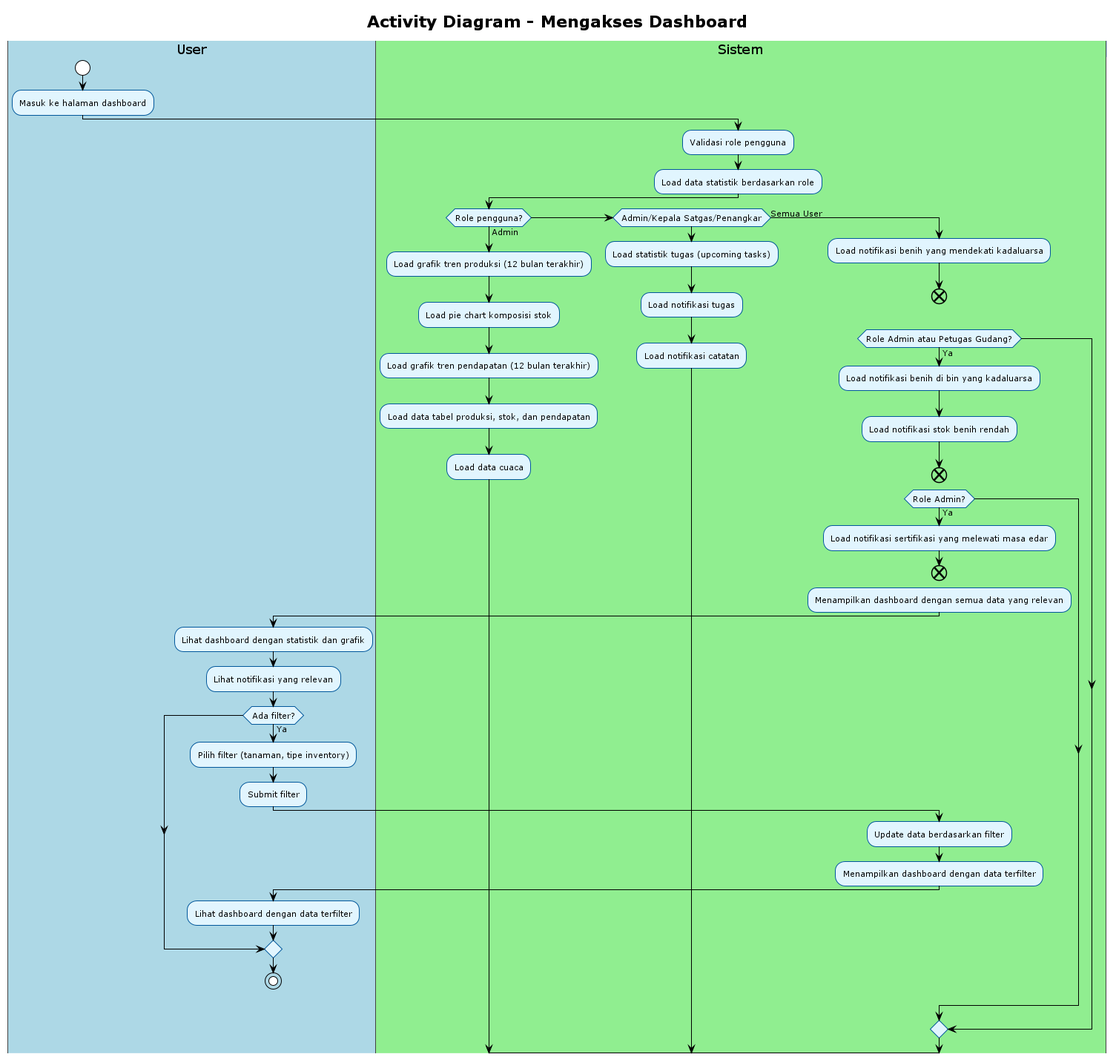
Before: out/uml/activity/Activity new/13_akses_dashboard/13_akses_dashboard.png, a diagram exported from PlantUML (Rifkiwastaken/example-app). Its diagram source:
```plantuml
@startuml
!theme plain
skinparam activity {
    BackgroundColor #E1F5FE
    BorderColor #01579B
    FontSize 11
}
skinparam swimlane {
    BackgroundColor #F5F5F5
    BorderColor #424242
    TitleBackgroundColor #BBDEFB
    TitleBorderColor #1976D2
}

title Activity Diagram - Mengakses Dashboard

|#LightBlue|User|
start
:Masuk ke halaman dashboard;

|#LightGreen|Sistem|
:Validasi role pengguna;
:Load data statistik berdasarkan role;

if (Role pengguna?) then (Admin)
    |#LightGreen|Sistem|
    :Load grafik tren produksi (12 bulan terakhir);
    :Load pie chart komposisi stok;
    :Load grafik tren pendapatan (12 bulan terakhir);
    :Load data tabel produksi, stok, dan pendapatan;
    :Load data cuaca;
elseif (Admin/Kepala Satgas/Penangkar) then
    |#LightGreen|Sistem|
    :Load statistik tugas (upcoming tasks);
    :Load notifikasi tugas;
    :Load notifikasi catatan;
else (Semua User)
    |#LightGreen|Sistem|
    :Load notifikasi benih yang mendekati kadaluarsa;
end

if (Role Admin atau Petugas Gudang?) then (Ya)
    |#LightGreen|Sistem|
    :Load notifikasi benih di bin yang kadaluarsa;
    :Load notifikasi stok benih rendah;
end

if (Role Admin?) then (Ya)
    |#LightGreen|Sistem|
    :Load notifikasi sertifikasi yang melewati masa edar;
end

|#LightGreen|Sistem|
:Menampilkan dashboard dengan semua data yang relevan;

|#LightBlue|User|
:Lihat dashboard dengan statistik dan grafik;
:Lihat notifikasi yang relevan;

if (Ada filter?) then (Ya)
    |#LightBlue|User|
    :Pilih filter (tanaman, tipe inventory);
    :Submit filter;
    |#LightGreen|Sistem|
    :Update data berdasarkan filter;
    :Menampilkan dashboard dengan data terfilter;
    |#LightBlue|User|
    :Lihat dashboard dengan data terfilter;
endif

stop

@enduml
```
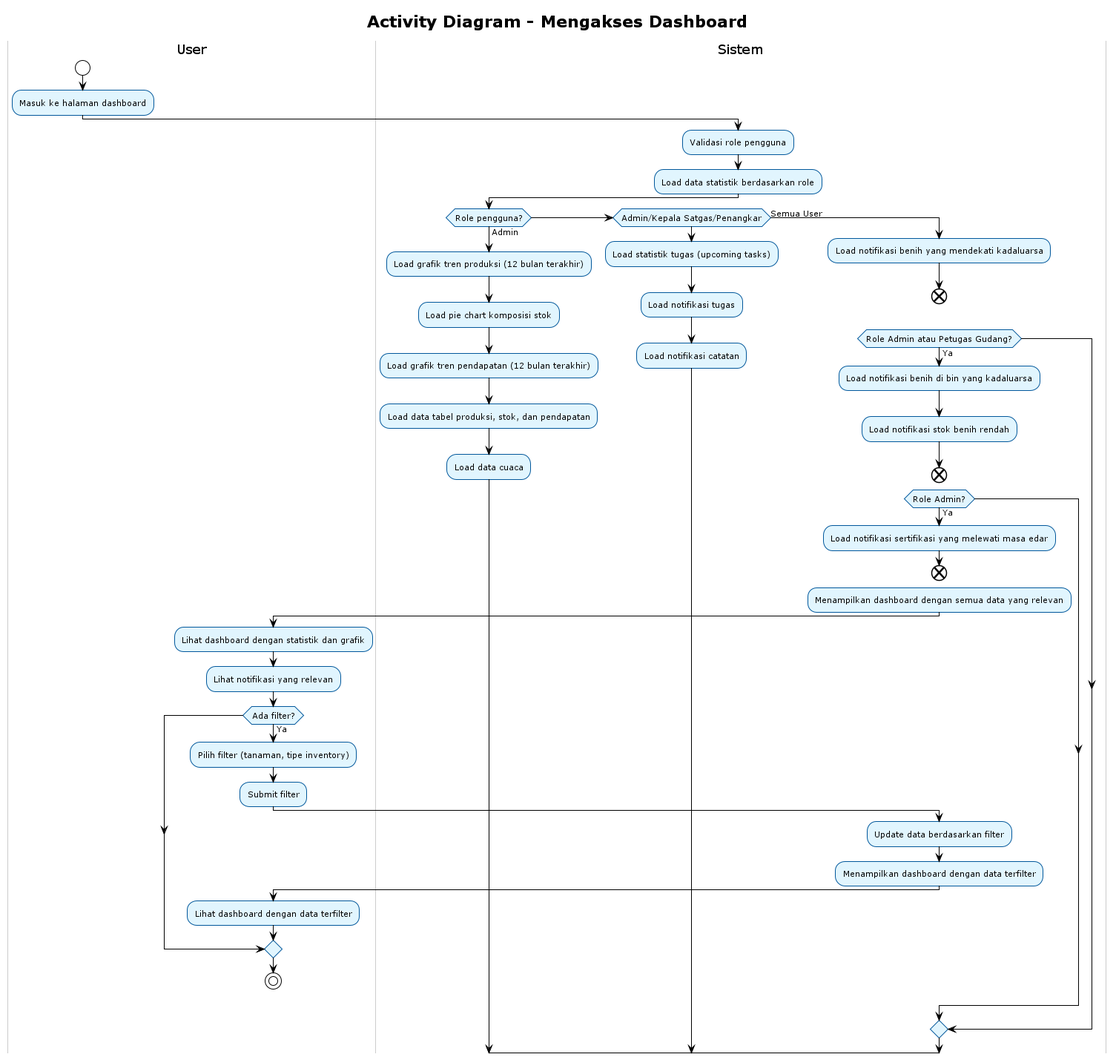
Above is the later version.

Change to the diagram source:
```diff
@@ -1,70 +1,71 @@
 @startuml
 !theme plain
+skinparam backgroundColor white
 skinparam activity {
     BackgroundColor #E1F5FE
     BorderColor #01579B
     FontSize 11
 }
 skinparam swimlane {
-    BackgroundColor #F5F5F5
-    BorderColor #424242
-    TitleBackgroundColor #BBDEFB
-    TitleBorderColor #1976D2
+    BackgroundColor White
+    BorderColor #CCCCCC
+    TitleBackgroundColor White
+    TitleBorderColor #999999
 }
 
 title Activity Diagram - Mengakses Dashboard
 
-|#LightBlue|User|
+|#White|User|
 start
 :Masuk ke halaman dashboard;
 
-|#LightGreen|Sistem|
+|#White|Sistem|
 :Validasi role pengguna;
 :Load data statistik berdasarkan role;
 
 if (Role pengguna?) then (Admin)
-    |#LightGreen|Sistem|
+    |#White|Sistem|
     :Load grafik tren produksi (12 bulan terakhir);
     :Load pie chart komposisi stok;
     :Load grafik tren pendapatan (12 bulan terakhir);
     :Load data tabel produksi, stok, dan pendapatan;
     :Load data cuaca;
 elseif (Admin/Kepala Satgas/Penangkar) then
-    |#LightGreen|Sistem|
+    |#White|Sistem|
     :Load statistik tugas (upcoming tasks);
     :Load notifikasi tugas;
     :Load notifikasi catatan;
 else (Semua User)
-    |#LightGreen|Sistem|
+    |#White|Sistem|
     :Load notifikasi benih yang mendekati kadaluarsa;
 end
 
 if (Role Admin atau Petugas Gudang?) then (Ya)
-    |#LightGreen|Sistem|
+    |#White|Sistem|
     :Load notifikasi benih di bin yang kadaluarsa;
     :Load notifikasi stok benih rendah;
 end
 
 if (Role Admin?) then (Ya)
-    |#LightGreen|Sistem|
+    |#White|Sistem|
     :Load notifikasi sertifikasi yang melewati masa edar;
 end
 
-|#LightGreen|Sistem|
+|#White|Sistem|
 :Menampilkan dashboard dengan semua data yang relevan;
 
-|#LightBlue|User|
+|#White|User|
 :Lihat dashboard dengan statistik dan grafik;
 :Lihat notifikasi yang relevan;
 
 if (Ada filter?) then (Ya)
-    |#LightBlue|User|
+    |#White|User|
     :Pilih filter (tanaman, tipe inventory);
     :Submit filter;
-    |#LightGreen|Sistem|
+    |#White|Sistem|
     :Update data berdasarkan filter;
     :Menampilkan dashboard dengan data terfilter;
-    |#LightBlue|User|
+    |#White|User|
     :Lihat dashboard dengan data terfilter;
 endif
 
```
